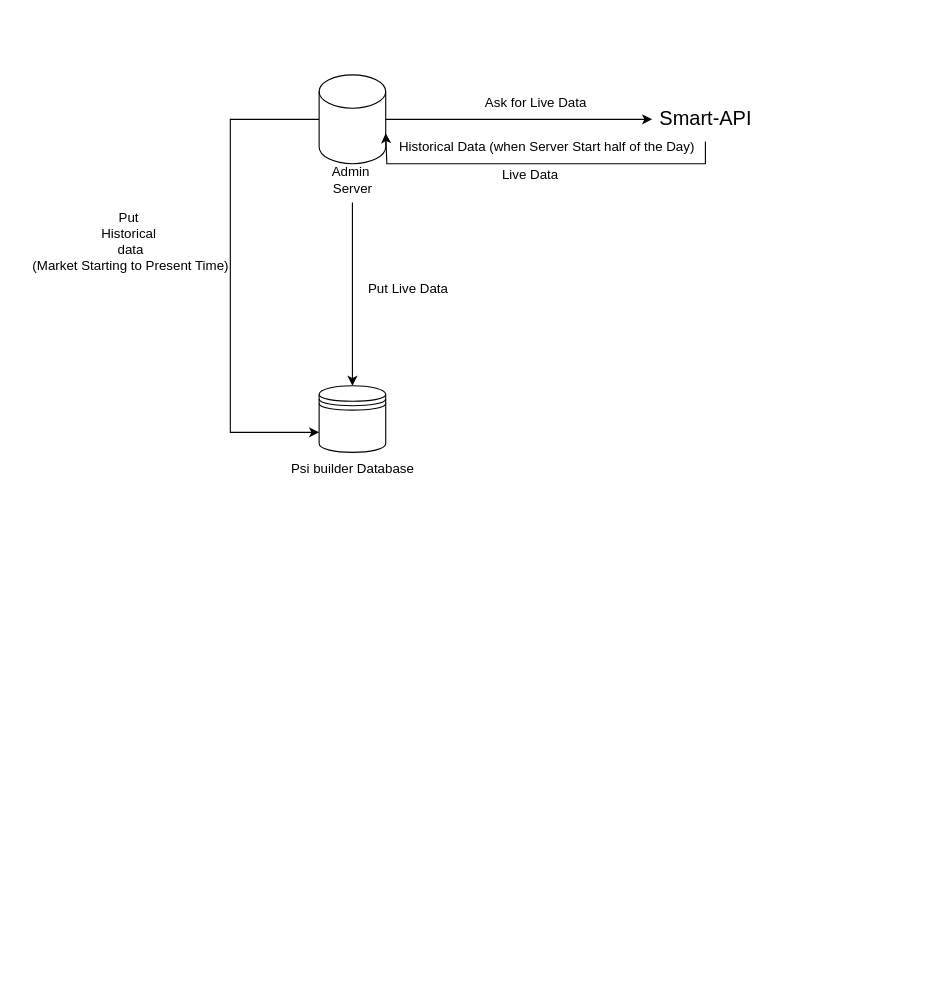
Above: Untitled Diagram.drawio in rizztoy/psi-builder (draw.io), before the change. Source tidied: cells renumbered, new cells numbered last; positions are measured from the earlier drawing's top-left corner, leaving out a move shared by most shapes. Both pictures are drawn from the tidied source at 111%, with x=0, y=0 at pixel (19, 74).
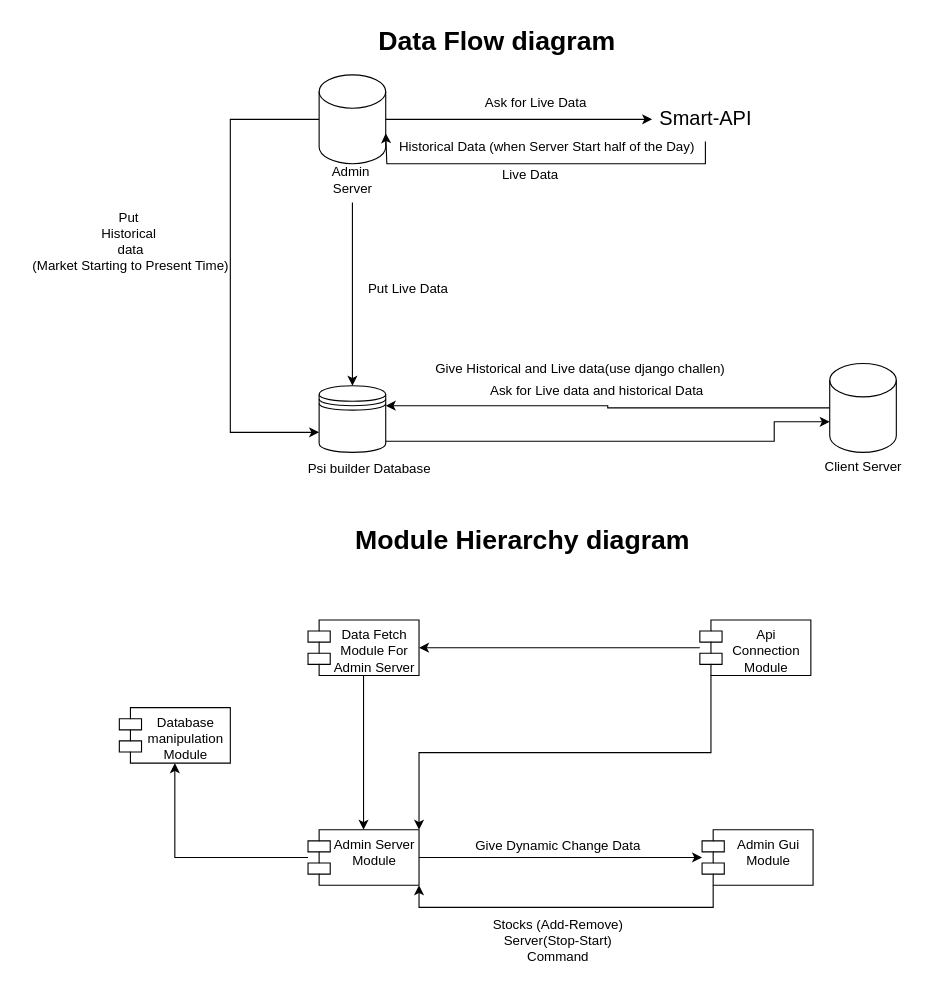
After the change.

Commit message:
Module Hierarchy diagram

Unchanged cells that the change refers to:
```xml
<mxCell id="12" style="shape=datastore;whiteSpace=wrap;html=1;" parent="1" vertex="1">
  <mxGeometry x="270" y="280" width="60" height="60" as="geometry" />
</mxCell>
```

The edit, as a diff of the source:
```diff
@@
     <mxCell id="13" value="Psi builder Database" style="text;html=1;align=center;verticalAlign=middle;strokeColor=none;fillColor=none;" parent="1" vertex="1">
-      <mxGeometry x="235" y="340" width="130" height="30" as="geometry" />
+      <mxGeometry x="250" y="340" width="130" height="30" as="geometry" />
     </mxCell>
@@
+    <mxCell id="16" style="edgeStyle=orthogonalEdgeStyle;rounded=0;jettySize=auto;html=1;entryX=1;entryY=0.3;entryDx=0;entryDy=0;" parent="1" edge="1" source="17" target="12">
+      <mxGeometry relative="1" as="geometry" />
+    </mxCell>
+    <mxCell id="17" style="shape=cylinder3;whiteSpace=wrap;html=1;boundedLbl=1;backgroundOutline=1;size=15;" parent="1" vertex="1">
+      <mxGeometry x="730" y="260" width="60" height="80" as="geometry" />
+    </mxCell>
+    <mxCell id="18" value="Client Server&lt;div&gt;&lt;br&gt;&lt;/div&gt;" style="text;html=1;align=center;verticalAlign=middle;strokeColor=none;fillColor=none;" parent="1" vertex="1">
+      <mxGeometry x="715" y="340" width="90" height="40" as="geometry" />
+    </mxCell>
+    <mxCell id="19" value="Ask for Live data and historical Data" style="text;html=1;align=center;verticalAlign=middle;strokeColor=none;fillColor=none;" parent="1" vertex="1">
+      <mxGeometry x="410" y="270" width="220" height="30" as="geometry" />
+    </mxCell>
+    <mxCell id="20" style="edgeStyle=orthogonalEdgeStyle;rounded=0;jettySize=auto;html=1;entryX=0;entryY=0;entryDx=0;entryDy=52.5;entryPerimeter=0;" parent="1" edge="1" source="12" target="17">
+      <mxGeometry relative="1" as="geometry">
+        <Array as="points">
+          <mxPoint x="680" y="330" />
+          <mxPoint x="680" y="313" />
+        </Array>
+      </mxGeometry>
+    </mxCell>
+    <mxCell id="21" value="Give Historical and Live data(use django challen)" style="text;html=1;align=center;verticalAlign=middle;strokeColor=none;fillColor=none;" parent="1" vertex="1">
+      <mxGeometry x="365" y="250" width="280" height="30" as="geometry" />
+    </mxCell>
+    <mxCell id="22" value="&lt;font style=&quot;font-size: 24px;&quot;&gt;&lt;b&gt;Data Flow diagram&lt;/b&gt;&lt;/font&gt;" style="text;html=1;align=center;verticalAlign=middle;strokeColor=none;fillColor=none;" parent="1" vertex="1">
+      <mxGeometry x="310" y="-50" width="240" height="40" as="geometry" />
+    </mxCell>
+    <mxCell id="23" value="&lt;font style=&quot;font-size: 24px;&quot;&gt;&lt;b&gt;Module Hierarchy diagram&lt;/b&gt;&lt;/font&gt;" style="text;html=1;align=center;verticalAlign=middle;strokeColor=none;fillColor=none;" parent="1" vertex="1">
+      <mxGeometry x="293" y="400" width="320" height="40" as="geometry" />
+    </mxCell>
+    <mxCell id="24" style="edgeStyle=orthogonalEdgeStyle;rounded=0;jettySize=auto;html=1;" parent="1" edge="1" source="25" target="31">
+      <mxGeometry relative="1" as="geometry" />
+    </mxCell>
+    <mxCell id="25" value="Data Fetch Module For Admin Server" style="shape=module;align=left;spacingLeft=20;align=center;verticalAlign=top;whiteSpace=wrap;html=1;" parent="1" vertex="1">
+      <mxGeometry x="260" y="491" width="100" height="50" as="geometry" />
+    </mxCell>
+    <mxCell id="26" style="edgeStyle=orthogonalEdgeStyle;rounded=0;jettySize=auto;html=1;entryX=1;entryY=0.5;entryDx=0;entryDy=0;" parent="1" edge="1" source="28" target="25">
+      <mxGeometry relative="1" as="geometry" />
+    </mxCell>
+    <mxCell id="27" style="edgeStyle=orthogonalEdgeStyle;rounded=0;jettySize=auto;html=1;exitX=0;exitY=1;exitDx=10;exitDy=0;exitPerimeter=0;entryX=1;entryY=0;entryDx=0;entryDy=0;" parent="1" edge="1" source="28" target="31">
+      <mxGeometry relative="1" as="geometry" />
+    </mxCell>
+    <mxCell id="28" value="Api Connection Module" style="shape=module;align=left;spacingLeft=20;align=center;verticalAlign=top;whiteSpace=wrap;html=1;" parent="1" vertex="1">
+      <mxGeometry x="613" y="491" width="100" height="50" as="geometry" />
+    </mxCell>
+    <mxCell id="29" style="edgeStyle=orthogonalEdgeStyle;rounded=0;jettySize=auto;html=1;" parent="1" edge="1" source="31" target="33">
+      <mxGeometry relative="1" as="geometry" />
+    </mxCell>
+    <mxCell id="30" style="edgeStyle=orthogonalEdgeStyle;rounded=0;jettySize=auto;html=1;entryX=0.5;entryY=1;entryDx=0;entryDy=0;" parent="1" edge="1" source="31" target="36">
+      <mxGeometry relative="1" as="geometry" />
+    </mxCell>
+    <mxCell id="31" value="Admin Server Module" style="shape=module;align=left;spacingLeft=20;align=center;verticalAlign=top;whiteSpace=wrap;html=1;" parent="1" vertex="1">
+      <mxGeometry x="260" y="680" width="100" height="50" as="geometry" />
+    </mxCell>
+    <mxCell id="32" style="edgeStyle=orthogonalEdgeStyle;rounded=0;jettySize=auto;html=1;exitX=0;exitY=1;exitDx=10;exitDy=0;exitPerimeter=0;entryX=1;entryY=1;entryDx=0;entryDy=0;" parent="1" edge="1" source="33" target="31">
+      <mxGeometry relative="1" as="geometry" />
+    </mxCell>
+    <mxCell id="33" value="Admin Gui Module" style="shape=module;align=left;spacingLeft=20;align=center;verticalAlign=top;whiteSpace=wrap;html=1;" parent="1" vertex="1">
+      <mxGeometry x="615" y="680" width="100" height="50" as="geometry" />
+    </mxCell>
+    <mxCell id="34" value="Give Dynamic Change Data" style="text;html=1;align=center;verticalAlign=middle;strokeColor=none;fillColor=none;" parent="1" vertex="1">
+      <mxGeometry x="400" y="680" width="170" height="30" as="geometry" />
+    </mxCell>
+    <mxCell id="35" value="Stocks (Add-Remove)&lt;div&gt;Server(Stop-Start)&lt;/div&gt;&lt;div&gt;Command&lt;/div&gt;" style="text;html=1;align=center;verticalAlign=middle;strokeColor=none;fillColor=none;" parent="1" vertex="1">
+      <mxGeometry x="415" y="750" width="140" height="60" as="geometry" />
+    </mxCell>
+    <mxCell id="36" value="Database manipulation Module" style="shape=module;align=left;spacingLeft=20;align=center;verticalAlign=top;whiteSpace=wrap;html=1;" parent="1" vertex="1">
+      <mxGeometry x="90" y="570" width="100" height="50" as="geometry" />
+    </mxCell>
```
